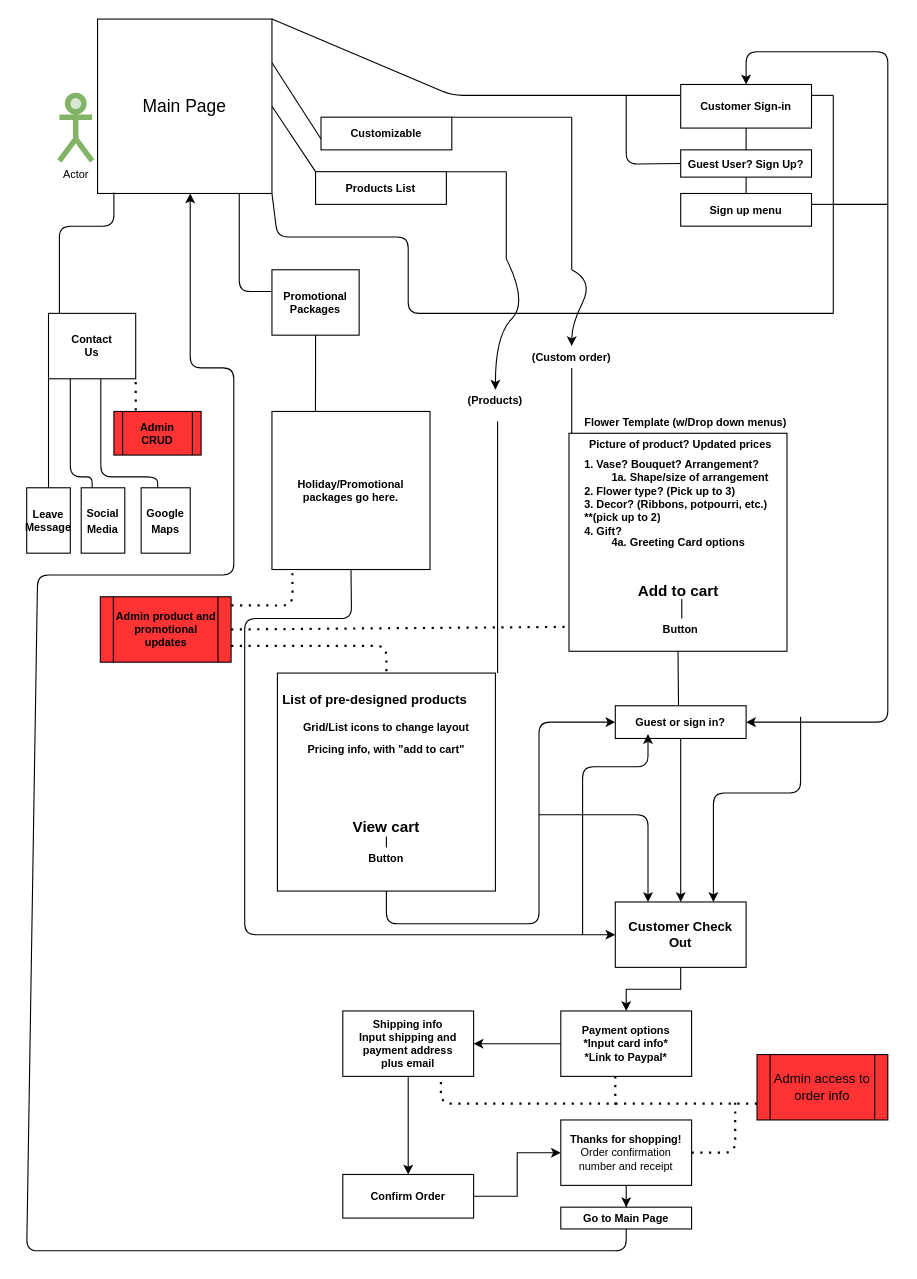
Above: Flowershop.drawio in zinvergo93/flowershop (draw.io), before the change. Source tidied: cells renumbered, new cells numbered last; positions are measured from the earlier drawing's top-left corner, leaving out a move shared by most shapes. Both pictures are drawn from the tidied source at 109%, with x=0, y=0 at pixel (26, 19).
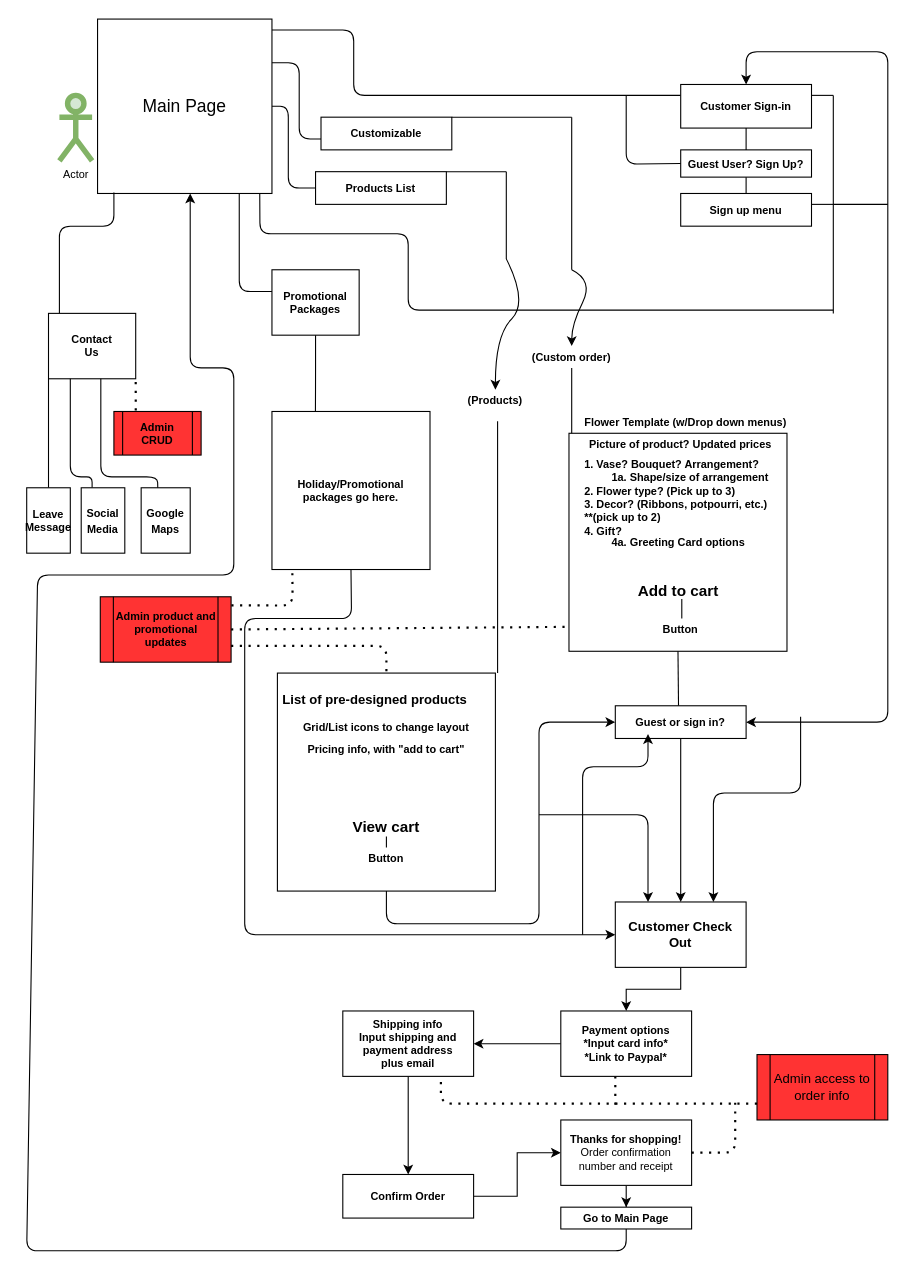
After the change.

Commit message:
Full Flowershop Sitemap

Unchanged cells that the change refers to:
```xml
<mxCell id="2" value="&lt;br&gt;&lt;br&gt;&lt;br&gt;&lt;br&gt;&lt;br&gt;&lt;br&gt;&lt;br&gt;" style="whiteSpace=wrap;html=1;" parent="1" vertex="1">
  <mxGeometry x="65" width="160" height="160" as="geometry" />
</mxCell>
<mxCell id="7" value="&lt;font size=&quot;1&quot;&gt;&lt;b&gt;Products List&lt;br&gt;&lt;/b&gt;&lt;/font&gt;" style="rounded=0;whiteSpace=wrap;html=1;" parent="1" vertex="1">
  <mxGeometry x="265" y="140" width="120" height="30" as="geometry" />
</mxCell>
<mxCell id="16" value="&lt;b&gt;Customer Sign-in&lt;/b&gt;" style="rounded=0;whiteSpace=wrap;html=1;strokeWidth=1;fontFamily=Helvetica;fontSize=10;" parent="1" vertex="1">
  <mxGeometry x="600" y="60" width="120" height="40" as="geometry" />
</mxCell>
```

Diff of the diagram source:
```diff
@@
     <mxCell id="4" style="endArrow=none;html=1;fontFamily=Helvetica;fontSize=8;entryX=1;entryY=0.25;entryDx=0;entryDy=0;" parent="1" edge="1" target="2">
       <mxGeometry relative="1" as="geometry">
         <mxPoint x="270" y="110" as="sourcePoint" />
+        <Array as="points">
+          <mxPoint x="250" y="110" />
+          <mxPoint x="250" y="40" />
+        </Array>
       </mxGeometry>
     </mxCell>
@@
-    <mxCell id="6" style="endArrow=none;html=1;fontFamily=Helvetica;fontSize=8;exitX=1;exitY=0.5;exitDx=0;exitDy=0;entryX=0;entryY=0;entryDx=0;entryDy=0;" parent="1" edge="1" source="2" target="7">
-      <mxGeometry relative="1" as="geometry" />
+    <mxCell id="6" style="endArrow=none;html=1;fontFamily=Helvetica;fontSize=8;exitX=1;exitY=0.5;exitDx=0;exitDy=0;entryX=0;entryY=0.5;entryDx=0;entryDy=0;" parent="1" edge="1" source="2" target="7">
+      <mxGeometry relative="1" as="geometry">
+        <Array as="points">
+          <mxPoint x="240" y="80" />
+          <mxPoint x="240" y="155" />
+        </Array>
+      </mxGeometry>
     </mxCell>
@@
-    <mxCell id="15" style="endArrow=none;html=1;fontFamily=Helvetica;fontSize=10;entryX=1;entryY=0;entryDx=0;entryDy=0;exitX=0;exitY=0.25;exitDx=0;exitDy=0;" parent="1" edge="1" source="16" target="2">
+    <mxCell id="15" style="endArrow=none;html=1;fontFamily=Helvetica;fontSize=10;exitX=0;exitY=0.25;exitDx=0;exitDy=0;" parent="1" edge="1" source="16">
       <mxGeometry relative="1" as="geometry">
+        <mxPoint x="225" y="10" as="targetPoint" />
         <Array as="points">
           <mxPoint x="390" y="70" />
+          <mxPoint x="300" y="70" />
+          <mxPoint x="300" y="10" />
         </Array>
       </mxGeometry>
     </mxCell>
@@
-    <mxCell id="31" style="endArrow=none;html=1;fontFamily=Helvetica;fontSize=10;exitX=1;exitY=1;exitDx=0;exitDy=0;" parent="1" edge="1" source="2">
+    <mxCell id="31" style="endArrow=none;html=1;fontFamily=Helvetica;fontSize=10;exitX=0.93;exitY=1.018;exitDx=0;exitDy=0;exitPerimeter=0;" parent="1" edge="1">
       <mxGeometry relative="1" as="geometry">
-        <mxPoint x="740" y="270" as="targetPoint" />
+        <mxPoint x="213.8" y="159.9" as="sourcePoint" />
+        <mxPoint x="740" y="267" as="targetPoint" />
         <Array as="points">
-          <mxPoint x="230" y="200" />
-          <mxPoint x="350" y="200" />
-          <mxPoint x="350" y="270" />
+          <mxPoint x="214" y="197" />
+          <mxPoint x="350" y="197" />
+          <mxPoint x="350" y="267" />
         </Array>
       </mxGeometry>
     </mxCell>
```
